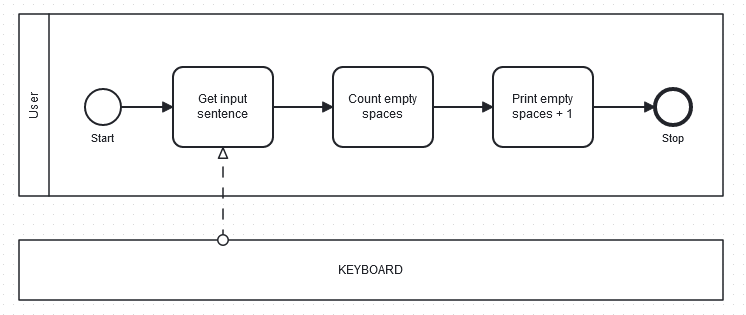
Earlier version of the BPMN export img/wordCount1.png (birkenkrahe/py109). Its source is kept beside it as bpmn/wordCount1.bpmn. Ids are renumbered.
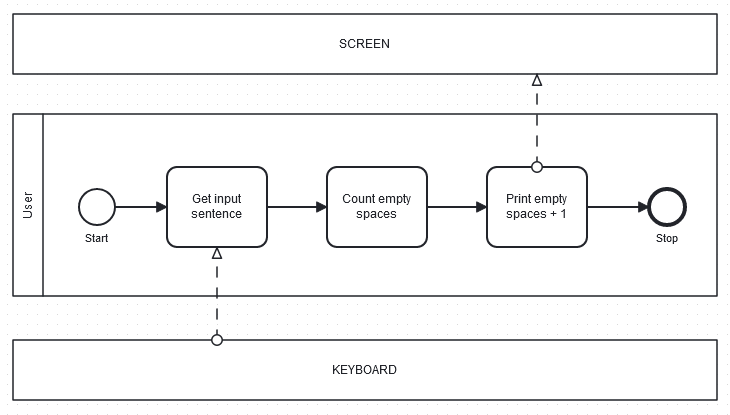
Above is the later version.

The edit, as a diff of the source:
```diff
@@ -2,7 +2,9 @@
   <bpmn:collaboration id="Collaboration_n2">
     <bpmn:participant id="Participant_n3" name="User" processRef="Process_n4" />
     <bpmn:participant id="Participant_n5" name="KEYBOARD" />
+    <bpmn:participant id="Participant_n16" name="SCREEN" />
     <bpmn:messageFlow id="Flow_n6" sourceRef="Participant_n5" targetRef="Activity_n7" />
+    <bpmn:messageFlow id="Flow_n17" sourceRef="Activity_n10" targetRef="Participant_n16" />
   </bpmn:collaboration>
   <bpmn:process id="Process_n4" isExecutable="false">
     <bpmn:endEvent id="Event_n8" name="Stop">
@@ -31,56 +33,64 @@
   <bpmndi:BPMNDiagram id="BPMNDiagram_1">
     <bpmndi:BPMNPlane id="BPMNPlane_1" bpmnElement="Collaboration_n2">
       <bpmndi:BPMNShape id="Participant_n3_di" bpmnElement="Participant_n3" isHorizontal="true">
-        <dc:Bounds x="156" y="80" width="704" height="182" />
+        <dc:Bounds x="156" y="180" width="704" height="182" />
         <bpmndi:BPMNLabel />
       </bpmndi:BPMNShape>
       <bpmndi:BPMNShape id="Event_n8_di" bpmnElement="Event_n8">
-        <dc:Bounds x="792" y="155" width="36" height="36" />
+        <dc:Bounds x="792" y="255" width="36" height="36" />
         <bpmndi:BPMNLabel>
-          <dc:Bounds x="799" y="198" width="23" height="14" />
+          <dc:Bounds x="799" y="298" width="23" height="14" />
         </bpmndi:BPMNLabel>
       </bpmndi:BPMNShape>
       <bpmndi:BPMNShape id="Activity_n10_di" bpmnElement="Activity_n10">
-        <dc:Bounds x="630" y="133" width="100" height="80" />
+        <dc:Bounds x="630" y="233" width="100" height="80" />
         <bpmndi:BPMNLabel />
       </bpmndi:BPMNShape>
       <bpmndi:BPMNShape id="Activity_n12_di" bpmnElement="Activity_n12">
-        <dc:Bounds x="470" y="133" width="100" height="80" />
+        <dc:Bounds x="470" y="233" width="100" height="80" />
         <bpmndi:BPMNLabel />
       </bpmndi:BPMNShape>
       <bpmndi:BPMNShape id="Activity_n7_di" bpmnElement="Activity_n7">
-        <dc:Bounds x="310" y="133" width="100" height="80" />
+        <dc:Bounds x="310" y="233" width="100" height="80" />
         <bpmndi:BPMNLabel />
       </bpmndi:BPMNShape>
       <bpmndi:BPMNShape id="_BPMNShape_StartEvent_2" bpmnElement="StartEvent_n15">
-        <dc:Bounds x="222" y="155" width="36" height="36" />
+        <dc:Bounds x="222" y="255" width="36" height="36" />
         <bpmndi:BPMNLabel>
-          <dc:Bounds x="228" y="198" width="24" height="14" />
+          <dc:Bounds x="228" y="298" width="24" height="14" />
         </bpmndi:BPMNLabel>
       </bpmndi:BPMNShape>
       <bpmndi:BPMNEdge id="Flow_n9_di" bpmnElement="Flow_n9">
-        <di:waypoint x="730" y="173" />
-        <di:waypoint x="792" y="173" />
+        <di:waypoint x="730" y="273" />
+        <di:waypoint x="792" y="273" />
       </bpmndi:BPMNEdge>
       <bpmndi:BPMNEdge id="Flow_n11_di" bpmnElement="Flow_n11">
-        <di:waypoint x="570" y="173" />
-        <di:waypoint x="630" y="173" />
+        <di:waypoint x="570" y="273" />
+        <di:waypoint x="630" y="273" />
       </bpmndi:BPMNEdge>
       <bpmndi:BPMNEdge id="Flow_n13_di" bpmnElement="Flow_n13">
-        <di:waypoint x="410" y="173" />
-        <di:waypoint x="470" y="173" />
+        <di:waypoint x="410" y="273" />
+        <di:waypoint x="470" y="273" />
       </bpmndi:BPMNEdge>
       <bpmndi:BPMNEdge id="Flow_n14_di" bpmnElement="Flow_n14">
-        <di:waypoint x="258" y="173" />
-        <di:waypoint x="310" y="173" />
+        <di:waypoint x="258" y="273" />
+        <di:waypoint x="310" y="273" />
       </bpmndi:BPMNEdge>
       <bpmndi:BPMNShape id="Participant_18qaezy_di" bpmnElement="Participant_n5" isHorizontal="true">
-        <dc:Bounds x="156" y="306" width="704" height="60" />
+        <dc:Bounds x="156" y="406" width="704" height="60" />
+        <bpmndi:BPMNLabel />
+      </bpmndi:BPMNShape>
+      <bpmndi:BPMNShape id="Participant_0khjjtb_di" bpmnElement="Participant_n16" isHorizontal="true">
+        <dc:Bounds x="156" y="80" width="704" height="60" />
         <bpmndi:BPMNLabel />
       </bpmndi:BPMNShape>
       <bpmndi:BPMNEdge id="Flow_n6_di" bpmnElement="Flow_n6">
-        <di:waypoint x="360" y="306" />
-        <di:waypoint x="360" y="213" />
+        <di:waypoint x="360" y="406" />
+        <di:waypoint x="360" y="313" />
+      </bpmndi:BPMNEdge>
+      <bpmndi:BPMNEdge id="Flow_n17_di" bpmnElement="Flow_n17">
+        <di:waypoint x="680" y="233" />
+        <di:waypoint x="680" y="140" />
       </bpmndi:BPMNEdge>
     </bpmndi:BPMNPlane>
   </bpmndi:BPMNDiagram>
```
